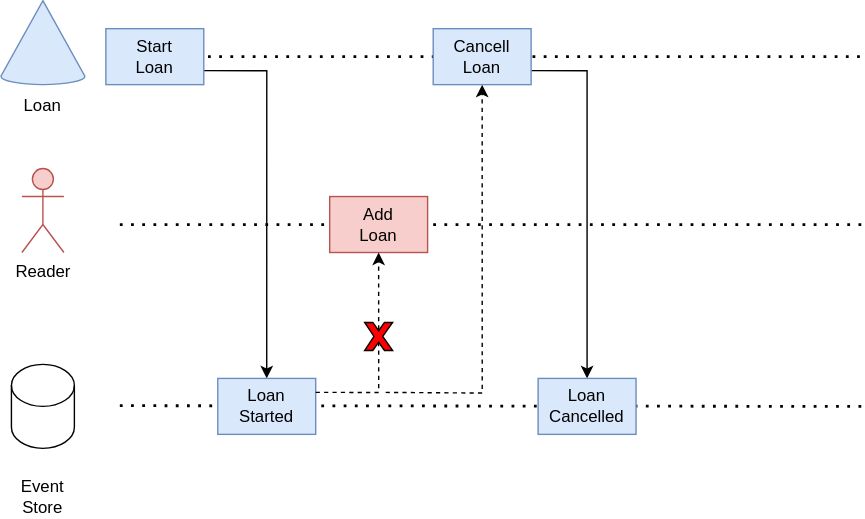
open-cqrs/opencqrs-samples keeps this draw.io diagram as implementing-sagas/diagrams/error-path-reader.svg. Above is the earlier version. Source tidied: cells renumbered, new cells last; positions are measured from the earlier drawing's top-left corner, leaving out a move shared by most shapes. Its diagram source:
```xml
<mxGraphModel>
  <root>
    <mxCell id="0" />
    <mxCell id="1" parent="0" />
    <mxCell id="2" value="Reader" style="shape=umlActor;verticalLabelPosition=bottom;verticalAlign=top;html=1;fillColor=#f8cecc;strokeColor=#b85450;" parent="1" vertex="1">
      <mxGeometry x="15" y="120" width="30" height="60" as="geometry" />
    </mxCell>
    <mxCell id="3" style="endArrow=none;dashed=1;html=1;dashPattern=1 3;strokeWidth=2;rounded=0;" parent="1" edge="1">
      <mxGeometry relative="1" as="geometry">
        <mxPoint x="84" y="40" as="sourcePoint" />
        <mxPoint x="615" y="40" as="targetPoint" />
      </mxGeometry>
    </mxCell>
    <mxCell id="4" style="endArrow=none;dashed=1;html=1;dashPattern=1 3;strokeWidth=2;rounded=0;" parent="1" edge="1">
      <mxGeometry relative="1" as="geometry">
        <mxPoint x="85" y="160" as="sourcePoint" />
        <mxPoint x="615" y="160" as="targetPoint" />
      </mxGeometry>
    </mxCell>
    <mxCell id="5" style="shape=cylinder3;whiteSpace=wrap;html=1;boundedLbl=1;backgroundOutline=1;size=15;" parent="1" vertex="1">
      <mxGeometry x="7.5" y="260" width="45" height="60" as="geometry" />
    </mxCell>
    <mxCell id="6" style="endArrow=none;dashed=1;html=1;dashPattern=1 3;strokeWidth=2;rounded=0;" parent="1" edge="1">
      <mxGeometry relative="1" as="geometry">
        <mxPoint x="85" y="289.5" as="sourcePoint" />
        <mxPoint x="615" y="290" as="targetPoint" />
      </mxGeometry>
    </mxCell>
    <mxCell id="7" value="Event&lt;br&gt;Store" style="text;html=1;align=center;verticalAlign=middle;whiteSpace=wrap;rounded=0;" parent="1" vertex="1">
      <mxGeometry y="340" width="60" height="30" as="geometry" />
    </mxCell>
    <mxCell id="8" style="verticalLabelPosition=bottom;verticalAlign=top;html=1;shape=mxgraph.basic.cone2;dx=0.5;dy=0.9;fillColor=#dae8fc;strokeColor=#6c8ebf;" parent="1" vertex="1">
      <mxGeometry width="60" height="60" as="geometry" />
    </mxCell>
    <mxCell id="9" value="Loan" style="text;html=1;align=center;verticalAlign=middle;whiteSpace=wrap;rounded=0;" parent="1" vertex="1">
      <mxGeometry y="60" width="60" height="30" as="geometry" />
    </mxCell>
    <mxCell id="10" style="edgeStyle=orthogonalEdgeStyle;rounded=0;jettySize=auto;html=1;exitX=1;exitY=0.75;exitDx=0;exitDy=0;entryX=0.5;entryY=0;entryDx=0;entryDy=0;" parent="1" edge="1" source="11" target="12">
      <mxGeometry relative="1" as="geometry" />
    </mxCell>
    <mxCell id="11" value="Start&lt;br&gt;Loan" style="rounded=0;whiteSpace=wrap;html=1;fillColor=#dae8fc;strokeColor=#6c8ebf;" parent="1" vertex="1">
      <mxGeometry x="75" y="20" width="70" height="40" as="geometry" />
    </mxCell>
    <mxCell id="12" value="Loan&lt;br&gt;Started" style="rounded=0;whiteSpace=wrap;html=1;fillColor=#dae8fc;strokeColor=#6c8ebf;" parent="1" vertex="1">
      <mxGeometry x="155" y="270" width="70" height="40" as="geometry" />
    </mxCell>
    <mxCell id="13" value="Add&lt;br&gt;Loan" style="rounded=0;whiteSpace=wrap;html=1;fillColor=#f8cecc;strokeColor=#b85450;" parent="1" vertex="1">
      <mxGeometry x="235" y="140" width="70" height="40" as="geometry" />
    </mxCell>
    <mxCell id="14" style="edgeStyle=orthogonalEdgeStyle;rounded=0;jettySize=auto;html=1;entryX=0.5;entryY=1;entryDx=0;entryDy=0;dashed=1;" parent="1" edge="1" target="16">
      <mxGeometry relative="1" as="geometry">
        <mxPoint x="275" y="280" as="sourcePoint" />
      </mxGeometry>
    </mxCell>
    <mxCell id="15" style="edgeStyle=orthogonalEdgeStyle;rounded=0;jettySize=auto;html=1;exitX=1;exitY=0.75;exitDx=0;exitDy=0;" parent="1" edge="1" source="16" target="19">
      <mxGeometry relative="1" as="geometry" />
    </mxCell>
    <mxCell id="16" value="Cancell&lt;br&gt;Loan" style="rounded=0;whiteSpace=wrap;html=1;fillColor=#dae8fc;strokeColor=#6c8ebf;" parent="1" vertex="1">
      <mxGeometry x="309" y="20" width="70" height="40" as="geometry" />
    </mxCell>
    <mxCell id="17" style="edgeStyle=orthogonalEdgeStyle;rounded=0;jettySize=auto;html=1;exitX=1;exitY=0.25;exitDx=0;exitDy=0;entryX=0.5;entryY=1;entryDx=0;entryDy=0;dashed=1;" parent="1" edge="1" source="12" target="13">
      <mxGeometry relative="1" as="geometry" />
    </mxCell>
    <mxCell id="18" style="verticalLabelPosition=bottom;verticalAlign=top;html=1;shape=mxgraph.basic.x;fillColor=#FF0000;" parent="1" vertex="1">
      <mxGeometry x="260" y="230" width="20" height="20" as="geometry" />
    </mxCell>
    <mxCell id="19" value="Loan&lt;br&gt;Cancelled" style="rounded=0;whiteSpace=wrap;html=1;fillColor=#dae8fc;strokeColor=#6c8ebf;" parent="1" vertex="1">
      <mxGeometry x="384" y="270" width="70" height="40" as="geometry" />
    </mxCell>
    <mxCell id="20" value="Commands &amp; Events" parent="0" />
  </root>
</mxGraphModel>
```
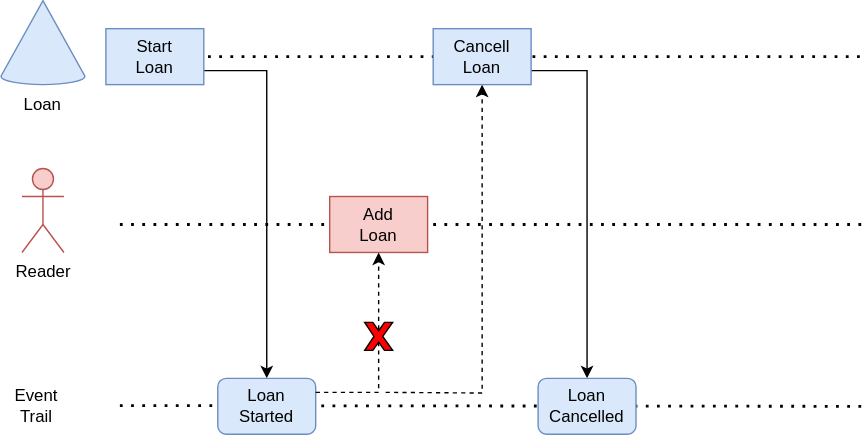
Above is the later version.

Change to the diagram source:
```diff
@@ -17,18 +17,12 @@
         <mxPoint x="615" y="160" as="targetPoint" />
       </mxGeometry>
     </mxCell>
-    <mxCell id="5" style="shape=cylinder3;whiteSpace=wrap;html=1;boundedLbl=1;backgroundOutline=1;size=15;" parent="1" vertex="1">
-      <mxGeometry x="7.5" y="260" width="45" height="60" as="geometry" />
-    </mxCell>
     <mxCell id="6" style="endArrow=none;dashed=1;html=1;dashPattern=1 3;strokeWidth=2;rounded=0;" parent="1" edge="1">
       <mxGeometry relative="1" as="geometry">
         <mxPoint x="85" y="289.5" as="sourcePoint" />
         <mxPoint x="615" y="290" as="targetPoint" />
       </mxGeometry>
     </mxCell>
-    <mxCell id="7" value="Event&lt;br&gt;Store" style="text;html=1;align=center;verticalAlign=middle;whiteSpace=wrap;rounded=0;" parent="1" vertex="1">
-      <mxGeometry y="340" width="60" height="30" as="geometry" />
-    </mxCell>
     <mxCell id="8" style="verticalLabelPosition=bottom;verticalAlign=top;html=1;shape=mxgraph.basic.cone2;dx=0.5;dy=0.9;fillColor=#dae8fc;strokeColor=#6c8ebf;" parent="1" vertex="1">
       <mxGeometry width="60" height="60" as="geometry" />
     </mxCell>
@@ -41,7 +35,7 @@
     <mxCell id="11" value="Start&lt;br&gt;Loan" style="rounded=0;whiteSpace=wrap;html=1;fillColor=#dae8fc;strokeColor=#6c8ebf;" parent="1" vertex="1">
       <mxGeometry x="75" y="20" width="70" height="40" as="geometry" />
     </mxCell>
-    <mxCell id="12" value="Loan&lt;br&gt;Started" style="rounded=0;whiteSpace=wrap;html=1;fillColor=#dae8fc;strokeColor=#6c8ebf;" parent="1" vertex="1">
+    <mxCell id="12" value="Loan&lt;br&gt;Started" style="rounded=1;whiteSpace=wrap;html=1;fillColor=#dae8fc;strokeColor=#6c8ebf;" parent="1" vertex="1">
       <mxGeometry x="155" y="270" width="70" height="40" as="geometry" />
     </mxCell>
     <mxCell id="13" value="Add&lt;br&gt;Loan" style="rounded=0;whiteSpace=wrap;html=1;fillColor=#f8cecc;strokeColor=#b85450;" parent="1" vertex="1">
@@ -64,9 +58,12 @@
     <mxCell id="18" style="verticalLabelPosition=bottom;verticalAlign=top;html=1;shape=mxgraph.basic.x;fillColor=#FF0000;" parent="1" vertex="1">
       <mxGeometry x="260" y="230" width="20" height="20" as="geometry" />
     </mxCell>
-    <mxCell id="19" value="Loan&lt;br&gt;Cancelled" style="rounded=0;whiteSpace=wrap;html=1;fillColor=#dae8fc;strokeColor=#6c8ebf;" parent="1" vertex="1">
+    <mxCell id="19" value="Loan&lt;br&gt;Cancelled" style="rounded=1;whiteSpace=wrap;html=1;fillColor=#dae8fc;strokeColor=#6c8ebf;" parent="1" vertex="1">
       <mxGeometry x="384" y="270" width="70" height="40" as="geometry" />
     </mxCell>
+    <mxCell id="21" value="Event&lt;br&gt;Trail" style="text;html=1;align=center;verticalAlign=middle;strokeColor=none;fillColor=none;" parent="1" vertex="1">
+      <mxGeometry y="270" width="50" height="40" as="geometry" />
+    </mxCell>
     <mxCell id="20" value="Commands &amp; Events" parent="0" />
   </root>
 </mxGraphModel>
```
